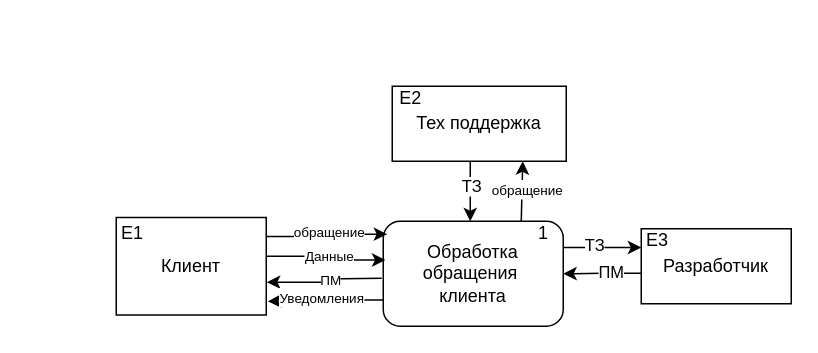
The draw.io diagram page "AS IS" (1 of 4) of 9семестр/МиСПИСиТ/Новая папка/dfd.drawio in semenovMaksWeb/biti, before the edit. Source tidied: cells renumbered, new cells numbered last; positions are measured from the earlier drawing's top-left corner, leaving out a move shared by most shapes. Both pictures are drawn from the tidied source at 150%, with x=0, y=0 at pixel (116, 86).
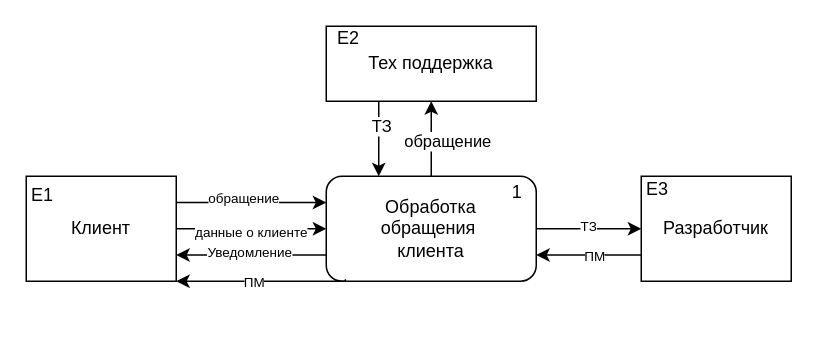
Above is the later version.

The edit, as a diff of the source:
```diff
@@
-    <mxCell id="2" style="group;" parent="1" vertex="1">
-      <mxGeometry x="174" y="50" width="120" height="60" as="geometry" />
-    </mxCell>
+    <mxCell id="30" style="group;" parent="1" vertex="1">
+      <mxGeometry x="140" y="60" width="140" height="70" as="geometry" />
+    </mxCell>
-    <mxCell id="3" value="&lt;span style=&quot;background-color: rgb(255, 255, 255);&quot;&gt;Обработка&lt;/span&gt;&lt;br style=&quot;background-color: rgb(255, 255, 255);&quot;&gt;&lt;span style=&quot;background-color: rgb(255, 255, 255);&quot;&gt;обращения&amp;nbsp;&lt;/span&gt;&lt;br style=&quot;background-color: rgb(255, 255, 255);&quot;&gt;&lt;span style=&quot;background-color: rgb(255, 255, 255);&quot;&gt;клиента&lt;/span&gt;" style="rounded=1;whiteSpace=wrap;html=1;arcSize=16;" parent="2" vertex="1">
-      <mxGeometry x="4" y="40" width="120" height="70" as="geometry" />
+    <mxCell id="3" value="&lt;span style=&quot;background-color: rgb(255, 255, 255);&quot;&gt;Обработка&lt;/span&gt;&lt;br style=&quot;background-color: rgb(255, 255, 255);&quot;&gt;&lt;span style=&quot;background-color: rgb(255, 255, 255);&quot;&gt;обращения&amp;nbsp;&lt;/span&gt;&lt;br style=&quot;background-color: rgb(255, 255, 255);&quot;&gt;&lt;span style=&quot;background-color: rgb(255, 255, 255);&quot;&gt;клиента&lt;/span&gt;" style="rounded=1;whiteSpace=wrap;html=1;" parent="30" vertex="1">
+      <mxGeometry width="140" height="70" as="geometry" />
     </mxCell>
-    <mxCell id="4" value="1" style="text;html=1;align=center;verticalAlign=middle;whiteSpace=wrap;rounded=0;" parent="2" vertex="1">
-      <mxGeometry x="101" y="42.9" width="20" height="10" as="geometry" />
+    <mxCell id="4" value="1" style="text;html=1;align=center;verticalAlign=middle;whiteSpace=wrap;rounded=0;" parent="30" vertex="1">
+      <mxGeometry x="115.5" y="4.7" width="23.3" height="11.7" as="geometry" />
     </mxCell>
-    <mxCell id="5" style="edgeStyle=orthogonalEdgeStyle;rounded=0;orthogonalLoop=1;jettySize=auto;html=1;exitX=0.5;exitY=1;exitDx=0;exitDy=0;entryX=0.5;entryY=0;entryDx=0;entryDy=0;" parent="2" edge="1">
-      <mxGeometry relative="1" as="geometry">
-        <mxPoint x="66" as="sourcePoint" />
-        <mxPoint x="62" y="40" as="targetPoint" />
-        <Array as="points">
-          <mxPoint x="62" />
-        </Array>
-      </mxGeometry>
-    </mxCell>
-    <mxCell id="6" value="ТЗ" style="edgeLabel;html=1;align=center;verticalAlign=middle;" parent="5" vertex="1">
-      <mxGeometry x="-0.09" relative="1" as="geometry" />
-    </mxCell>
-    <mxCell id="7" style="group;" parent="1" vertex="1">
-      <mxGeometry y="87.5" width="100" height="65" as="geometry" />
-    </mxCell>
+    <mxCell id="31" style="group;" parent="1" vertex="1">
+      <mxGeometry x="350" y="60" width="100" height="70" as="geometry" />
+    </mxCell>
+    <mxCell id="16" value="Разработчик" style="html=1;dashed=0;whiteSpace=wrap;" parent="31" vertex="1">
+      <mxGeometry width="100" height="70" as="geometry" />
+    </mxCell>
+    <mxCell id="17" value="Е3" style="text;html=1;align=center;verticalAlign=middle;whiteSpace=wrap;rounded=0;" parent="31" vertex="1">
+      <mxGeometry x="1" y="3.5" width="20" height="11.7" as="geometry" />
+    </mxCell>
+    <mxCell id="26" style="edgeStyle=orthogonalEdgeStyle;rounded=0;jettySize=auto;html=1;entryX=0;entryY=0.5;entryDx=0;entryDy=0;fontSize=9;" parent="1" edge="1" source="3" target="16">
+      <mxGeometry relative="1" as="geometry" />
+    </mxCell>
+    <mxCell id="32" value="ТЗ" style="edgeLabel;html=1;align=center;verticalAlign=middle;fontSize=9;" parent="26" vertex="1">
+      <mxGeometry x="-0.31" y="3" relative="1" as="geometry">
+        <mxPoint x="10" y="1" as="offset" />
+      </mxGeometry>
+    </mxCell>
+    <mxCell id="18" style="edgeStyle=orthogonalEdgeStyle;rounded=0;jettySize=auto;html=1;exitX=0;exitY=0.75;exitDx=0;exitDy=0;entryX=1;entryY=0.75;entryDx=0;entryDy=0;fontSize=9;" parent="1" edge="1" source="16" target="3">
+      <mxGeometry relative="1" as="geometry" />
+    </mxCell>
+    <mxCell id="33" value="ПМ" style="edgeLabel;html=1;align=center;verticalAlign=middle;fontSize=9;" parent="18" vertex="1">
+      <mxGeometry x="-0.17" y="3" relative="1" as="geometry">
+        <mxPoint x="-3" y="-2" as="offset" />
+      </mxGeometry>
+    </mxCell>
+    <mxCell id="34" style="group;" parent="1" vertex="1">
+      <mxGeometry x="-60" y="60" width="100" height="80" as="geometry" />
+    </mxCell>
-    <mxCell id="8" value="Клиент" style="html=1;dashed=0;whiteSpace=wrap;" parent="7" vertex="1">
-      <mxGeometry width="100" height="65" as="geometry" />
+    <mxCell id="8" value="Клиент" style="html=1;dashed=0;whiteSpace=wrap;" parent="34" vertex="1">
+      <mxGeometry width="100" height="70" as="geometry" />
     </mxCell>
-    <mxCell id="9" value="Е1" style="text;html=1;align=center;verticalAlign=middle;whiteSpace=wrap;rounded=0;" parent="7" vertex="1">
-      <mxGeometry x="1" y="3.9" width="20" height="13" as="geometry" />
+    <mxCell id="9" value="Е1" style="text;html=1;align=center;verticalAlign=middle;whiteSpace=wrap;rounded=0;" parent="34" vertex="1">
+      <mxGeometry x="1" y="4.8" width="20" height="16" as="geometry" />
     </mxCell>
-    <mxCell id="10" style="edgeStyle=orthogonalEdgeStyle;rounded=0;jettySize=auto;html=1;exitX=1.003;exitY=0.398;exitDx=0;exitDy=0;exitPerimeter=0;entryX=0.012;entryY=0.369;entryDx=0;entryDy=0;entryPerimeter=0;" parent="1" edge="1" source="8" target="3">
-      <mxGeometry relative="1" as="geometry" />
-    </mxCell>
-    <mxCell id="11" value="Данные" style="edgeLabel;html=1;align=center;verticalAlign=middle;fontSize=9;" parent="10" vertex="1">
-      <mxGeometry x="-0.3" y="-1" relative="1" as="geometry">
-        <mxPoint x="12" y="-1" as="offset" />
-      </mxGeometry>
-    </mxCell>
-    <mxCell id="12" style="group;" parent="1" vertex="1">
-      <mxGeometry x="184" width="116" height="50" as="geometry" />
-    </mxCell>
+    <mxCell id="35" style="edgeStyle=orthogonalEdgeStyle;rounded=0;orthogonalLoop=1;jettySize=auto;html=1;exitX=0.5;exitY=1;exitDx=0;exitDy=0;" parent="34" edge="1" source="8" target="8">
+      <mxGeometry relative="1" as="geometry" />
+    </mxCell>
+    <mxCell id="36" style="edgeStyle=orthogonalEdgeStyle;rounded=0;jettySize=auto;html=1;exitX=1;exitY=0.25;exitDx=0;exitDy=0;entryX=0;entryY=0.25;entryDx=0;entryDy=0;" parent="1" edge="1" source="8" target="3">
+      <mxGeometry relative="1" as="geometry" />
+    </mxCell>
+    <mxCell id="37" value="обращение" style="edgeLabel;html=1;align=center;verticalAlign=middle;fontSize=9;" parent="36" vertex="1">
+      <mxGeometry x="-0.13" y="3" relative="1" as="geometry" />
+    </mxCell>
+    <mxCell id="38" style="edgeStyle=orthogonalEdgeStyle;rounded=0;jettySize=auto;html=1;exitX=1;exitY=0.5;exitDx=0;exitDy=0;entryX=0;entryY=0.5;entryDx=0;entryDy=0;" parent="1" edge="1" source="8" target="3">
+      <mxGeometry relative="1" as="geometry" />
+    </mxCell>
+    <mxCell id="39" value="данные о клиенте" style="edgeLabel;html=1;align=center;verticalAlign=middle;fontSize=9;" parent="38" vertex="1">
+      <mxGeometry x="-0.37" y="-2" relative="1" as="geometry">
+        <mxPoint x="17" as="offset" />
+      </mxGeometry>
+    </mxCell>
+    <mxCell id="40" style="edgeStyle=orthogonalEdgeStyle;rounded=0;jettySize=auto;html=1;exitX=0;exitY=0.75;exitDx=0;exitDy=0;entryX=1;entryY=0.75;entryDx=0;entryDy=0;" parent="1" edge="1" source="3" target="8">
+      <mxGeometry relative="1" as="geometry" />
+    </mxCell>
+    <mxCell id="41" value="Уведомление" style="edgeLabel;html=1;align=center;verticalAlign=middle;fontSize=9;" parent="40" vertex="1">
+      <mxGeometry x="0.03" y="-2" relative="1" as="geometry" />
+    </mxCell>
+    <mxCell id="42" style="edgeStyle=orthogonalEdgeStyle;rounded=0;jettySize=auto;html=1;exitX=0.091;exitY=0.981;exitDx=0;exitDy=0;entryX=1;entryY=1;entryDx=0;entryDy=0;exitPerimeter=0;" parent="1" edge="1" source="3" target="8">
+      <mxGeometry relative="1" as="geometry">
+        <Array as="points">
+          <mxPoint x="153" y="130" />
+        </Array>
+      </mxGeometry>
+    </mxCell>
+    <mxCell id="43" value="ПМ" style="edgeLabel;html=1;align=center;verticalAlign=middle;fontSize=9;" parent="42" vertex="1">
+      <mxGeometry x="0.11" y="2" relative="1" as="geometry">
+        <mxPoint y="-2" as="offset" />
+      </mxGeometry>
+    </mxCell>
+    <mxCell id="44" style="group;" parent="1" vertex="1">
+      <mxGeometry x="140" y="-40" width="140" height="50" as="geometry" />
+    </mxCell>
-    <mxCell id="13" value="Тех поддержка" style="html=1;dashed=0;whiteSpace=wrap;" parent="12" vertex="1">
-      <mxGeometry width="116" height="50" as="geometry" />
+    <mxCell id="13" value="Тех поддержка" style="html=1;dashed=0;whiteSpace=wrap;" parent="44" vertex="1">
+      <mxGeometry width="140" height="50" as="geometry" />
     </mxCell>
-    <mxCell id="14" value="Е2" style="text;html=1;align=center;verticalAlign=middle;whiteSpace=wrap;rounded=0;" parent="12" vertex="1">
-      <mxGeometry x="1.2" y="3" width="23.2" height="10" as="geometry" />
+    <mxCell id="14" value="Е2" style="text;html=1;align=center;verticalAlign=middle;whiteSpace=wrap;rounded=0;" parent="44" vertex="1">
+      <mxGeometry x="1.4" y="3" width="28" height="10" as="geometry" />
     </mxCell>
-    <mxCell id="15" style="group;" parent="1" vertex="1">
-      <mxGeometry x="350" y="95" width="100" height="50" as="geometry" />
-    </mxCell>
-    <mxCell id="16" value="Разработчик" style="html=1;dashed=0;whiteSpace=wrap;" parent="15" vertex="1">
-      <mxGeometry width="100" height="50" as="geometry" />
-    </mxCell>
-    <mxCell id="17" value="Е3" style="text;html=1;align=center;verticalAlign=middle;whiteSpace=wrap;rounded=0;" parent="15" vertex="1">
-      <mxGeometry x="1" y="3" width="20" height="10" as="geometry" />
-    </mxCell>
-    <mxCell id="18" style="edgeStyle=orthogonalEdgeStyle;rounded=0;jettySize=auto;html=1;entryX=1;entryY=0.5;entryDx=0;entryDy=0;exitX=-0.001;exitY=0.593;exitDx=0;exitDy=0;exitPerimeter=0;" parent="1" edge="1" source="16" target="3">
-      <mxGeometry relative="1" as="geometry" />
-    </mxCell>
-    <mxCell id="19" value="ПМ" style="edgeLabel;html=1;align=center;verticalAlign=middle;" parent="18" vertex="1">
-      <mxGeometry x="-0.23" y="-1" relative="1" as="geometry" />
-    </mxCell>
-    <mxCell id="20" style="edgeStyle=orthogonalEdgeStyle;rounded=0;jettySize=auto;html=1;exitX=0;exitY=0.5;exitDx=0;exitDy=0;entryX=1.004;entryY=0.663;entryDx=0;entryDy=0;entryPerimeter=0;" parent="1" edge="1" target="8">
-      <mxGeometry relative="1" as="geometry">
-        <mxPoint x="177" y="128" as="sourcePoint" />
-      </mxGeometry>
-    </mxCell>
-    <mxCell id="21" value="ПМ" style="edgeLabel;html=1;align=center;verticalAlign=middle;fontSize=9;" parent="20" vertex="1">
-      <mxGeometry x="0.15" y="-1" relative="1" as="geometry">
-        <mxPoint x="8" as="offset" />
-      </mxGeometry>
-    </mxCell>
-    <mxCell id="22" style="edgeStyle=orthogonalEdgeStyle;rounded=0;jettySize=auto;html=1;exitX=1.002;exitY=0.194;exitDx=0;exitDy=0;entryX=0.022;entryY=0.123;entryDx=0;entryDy=0;entryPerimeter=0;exitPerimeter=0;" parent="1" edge="1" source="8" target="3">
-      <mxGeometry relative="1" as="geometry" />
-    </mxCell>
-    <mxCell id="23" value="&lt;span&gt;обращение&lt;/span&gt;" style="edgeLabel;html=1;align=center;verticalAlign=middle;fontSize=9;" parent="22" vertex="1">
-      <mxGeometry x="0.05" y="-1" relative="1" as="geometry">
-        <mxPoint y="-2" as="offset" />
-      </mxGeometry>
-    </mxCell>
-    <mxCell id="24" style="edgeStyle=orthogonalEdgeStyle;rounded=0;jettySize=auto;html=1;exitX=0;exitY=0.75;exitDx=0;exitDy=0;entryX=1.01;entryY=0.86;entryDx=0;entryDy=0;entryPerimeter=0;" parent="1" edge="1" source="3" target="8">
-      <mxGeometry relative="1" as="geometry" />
-    </mxCell>
-    <mxCell id="25" value="&lt;span style=&quot;font-size: 9px;&quot;&gt;Уведомления&lt;/span&gt;" style="edgeLabel;html=1;align=center;verticalAlign=middle;" parent="24" vertex="1">
-      <mxGeometry x="0.07" y="-3" relative="1" as="geometry" />
-    </mxCell>
-    <mxCell id="26" style="edgeStyle=orthogonalEdgeStyle;rounded=0;jettySize=auto;html=1;exitX=1;exitY=0.25;exitDx=0;exitDy=0;entryX=0;entryY=0.25;entryDx=0;entryDy=0;" parent="1" edge="1" source="3" target="16">
-      <mxGeometry relative="1" as="geometry" />
-    </mxCell>
-    <mxCell id="27" value="ТЗ" style="edgeLabel;html=1;align=center;verticalAlign=middle;" parent="26" vertex="1">
-      <mxGeometry x="-0.23" y="2" relative="1" as="geometry" />
-    </mxCell>
-    <mxCell id="28" style="edgeStyle=orthogonalEdgeStyle;rounded=0;jettySize=auto;html=1;entryX=0.75;entryY=1;entryDx=0;entryDy=0;" parent="1" edge="1" target="13">
-      <mxGeometry relative="1" as="geometry">
-        <mxPoint x="270" y="90" as="sourcePoint" />
-      </mxGeometry>
-    </mxCell>
-    <mxCell id="29" value="&lt;span style=&quot;font-size: 9px;&quot;&gt;обращение&lt;/span&gt;" style="edgeLabel;html=1;align=center;verticalAlign=middle;" parent="28" vertex="1">
-      <mxGeometry x="0.08" y="-2" relative="1" as="geometry" />
-    </mxCell>
+    <mxCell id="45" style="edgeStyle=orthogonalEdgeStyle;rounded=0;jettySize=auto;html=1;exitX=0.25;exitY=1;exitDx=0;exitDy=0;entryX=0.25;entryY=0;entryDx=0;entryDy=0;" parent="1" edge="1" source="13" target="3">
+      <mxGeometry relative="1" as="geometry" />
+    </mxCell>
+    <mxCell id="46" value="ТЗ" style="edgeLabel;html=1;align=center;verticalAlign=middle;" parent="45" vertex="1">
+      <mxGeometry x="-0.34" y="1" relative="1" as="geometry" />
+    </mxCell>
+    <mxCell id="47" style="edgeStyle=orthogonalEdgeStyle;rounded=0;jettySize=auto;html=1;exitX=0.5;exitY=0;exitDx=0;exitDy=0;entryX=0.5;entryY=1;entryDx=0;entryDy=0;" parent="1" edge="1" source="3" target="13">
+      <mxGeometry relative="1" as="geometry" />
+    </mxCell>
+    <mxCell id="48" value="обращение" style="edgeLabel;html=1;align=center;verticalAlign=middle;" parent="47" vertex="1">
+      <mxGeometry x="-0.06" relative="1" as="geometry">
+        <mxPoint x="10" as="offset" />
+      </mxGeometry>
+    </mxCell>
```
